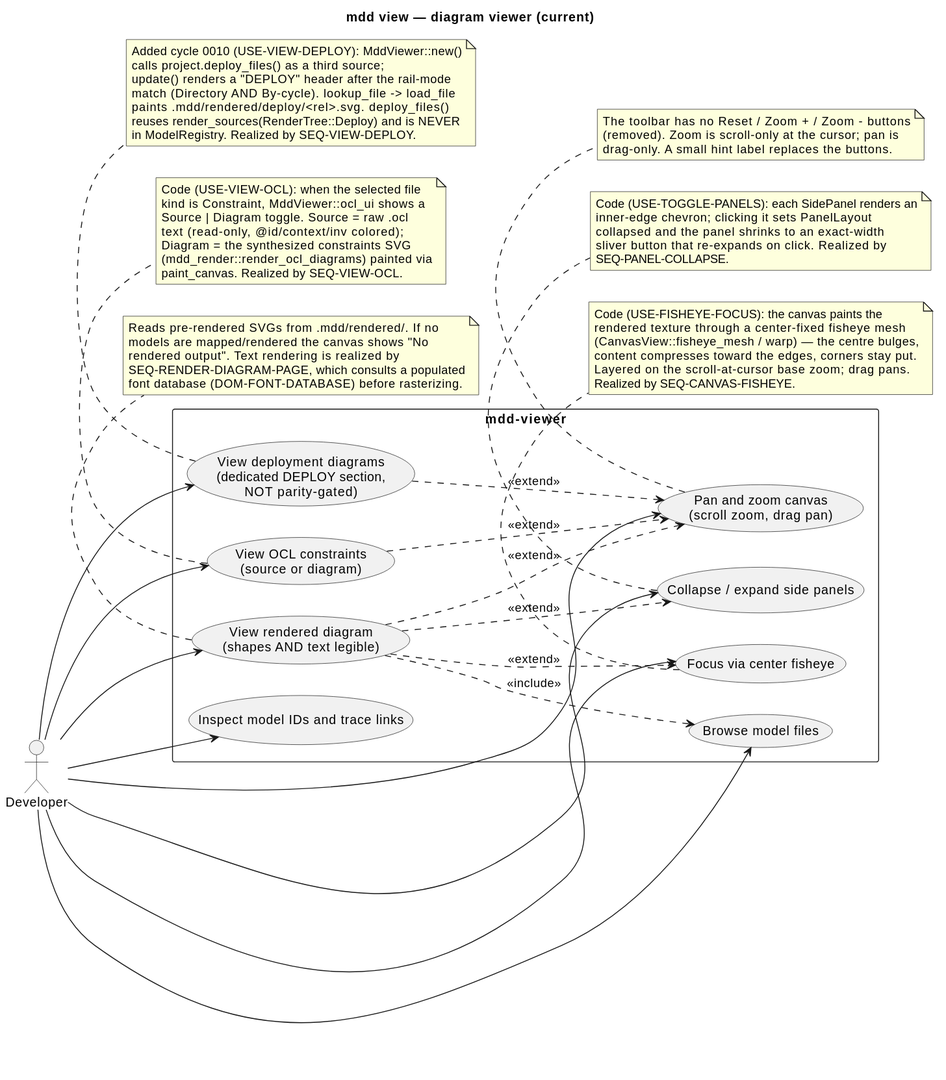
cthadeufaria/model-driven-development keeps this PlantUML diagram as .mdd/rendered/map/use-cases/diagram-viewer.svg. Above is the earlier version.
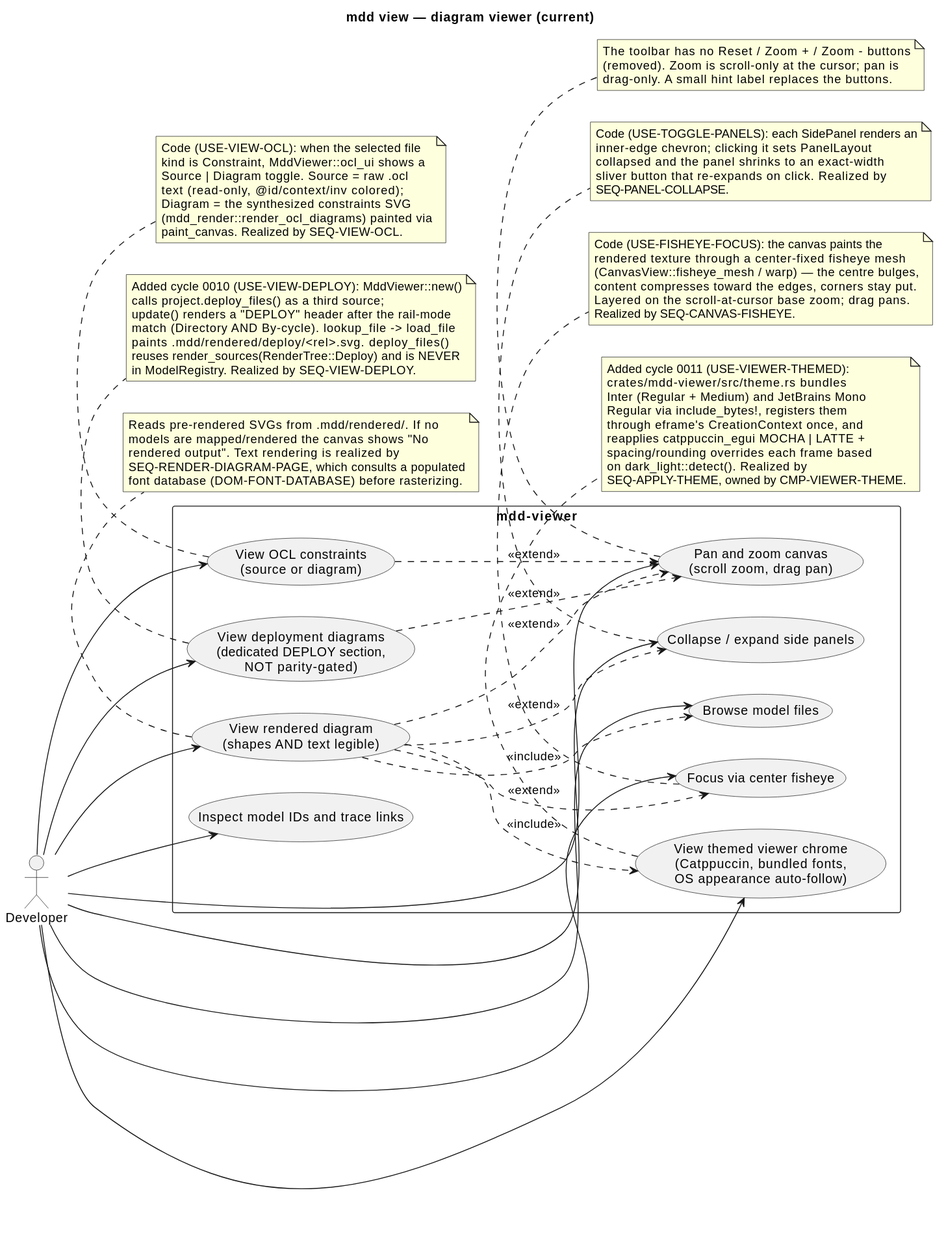
Later version of the same file.

Change to the diagram source:
```diff
@@ -14,6 +14,7 @@
   usecase "Inspect model IDs and trace links" as Trace
   usecase "View OCL constraints\n(source or diagram)" as ViewOcl
   usecase "View deployment diagrams\n(dedicated DEPLOY section,\nNOT parity-gated)" as ViewDeploy
+  usecase "View themed viewer chrome\n(Catppuccin, bundled fonts,\nOS appearance auto-follow)" as Themed
 }
 
 Dev --> View
@@ -24,11 +25,13 @@
 Dev --> Trace
 Dev --> ViewOcl
 Dev --> ViewDeploy
+Dev --> Themed
 
 View ..> Browse : <<include>>
 View ..> PanZoom : <<extend>>
 View ..> Fisheye : <<extend>>
 View ..> Panels : <<extend>>
+View ..> Themed : <<include>>
 ViewOcl ..> PanZoom : <<extend>>
 ViewDeploy ..> PanZoom : <<extend>>
 
@@ -73,6 +76,18 @@
   font database (DOM-FONT-DATABASE) before rasterizing.
 end note
 
+note bottom of Themed
+  Added cycle 0011 (USE-VIEWER-THEMED):
+  crates/mdd-viewer/src/theme.rs bundles
+  Inter (Regular + Medium) and JetBrains Mono
+  Regular via include_bytes!, registers them
+  through eframe's CreationContext once, and
+  reapplies catppuccin_egui MOCHA | LATTE +
+  spacing/rounding overrides each frame based
+  on dark_light::detect(). Realized by
+  SEQ-APPLY-THEME, owned by CMP-VIEWER-THEME.
+end note
+
 note bottom of ViewDeploy
   Added cycle 0010 (USE-VIEW-DEPLOY): MddViewer::new()
   calls project.deploy_files() as a third source;
```
